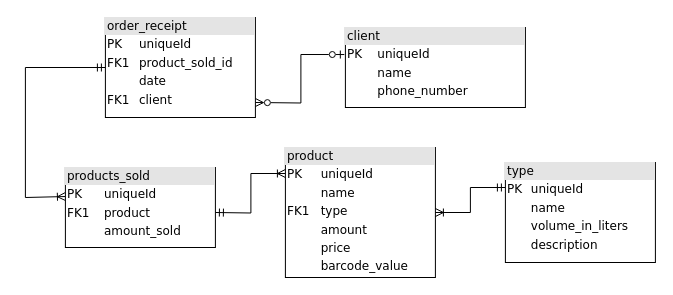
Above: 1.2-RelationDBSchema/kurhan_rel.drawio in OP-NC-EduCentre/kurhan (draw.io), before the change. Source tidied: cells renumbered, new cells numbered last; positions are measured from the earlier drawing's top-left corner, leaving out a move shared by most shapes. Both pictures are drawn from the tidied source at 100%, with x=0, y=0 at pixel (25, 17).
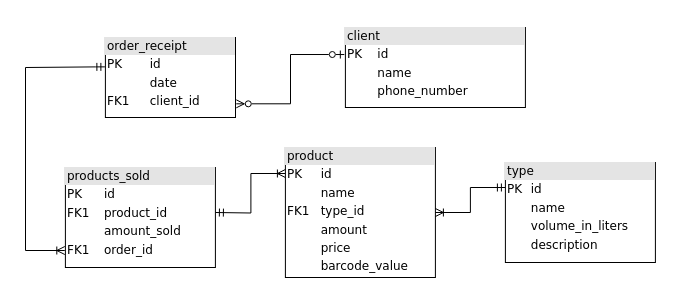
The same diagram, later.

The edit, as a diff of the source:
```diff
@@
 <mxGraphModel>
   <root>
     <mxCell id="0" />
     <mxCell id="1" parent="0" />
-    <mxCell id="2" style="edgeStyle=orthogonalEdgeStyle;rounded=0;jettySize=auto;html=1;entryX=-0.006;entryY=0.338;entryDx=0;entryDy=0;entryPerimeter=0;endArrow=ERzeroToOne;endFill=0;startArrow=ERzeroToMany;startFill=0;" parent="1" edge="1" target="5">
-      <mxGeometry relative="1" as="geometry">
-        <mxPoint x="229.9" y="85" as="sourcePoint" />
-      </mxGeometry>
+    <mxCell id="2" style="edgeStyle=orthogonalEdgeStyle;rounded=0;jettySize=auto;html=1;entryX=-0.006;entryY=0.338;entryDx=0;entryDy=0;entryPerimeter=0;endArrow=ERzeroToOne;endFill=0;startArrow=ERzeroToMany;startFill=0;exitX=1.006;exitY=0.829;exitDx=0;exitDy=0;exitPerimeter=0;" parent="1" edge="1" source="4" target="5">
+      <mxGeometry relative="1" as="geometry" />
     </mxCell>
-    <mxCell id="3" style="edgeStyle=orthogonalEdgeStyle;rounded=0;jettySize=auto;html=1;exitX=0;exitY=0.5;exitDx=0;exitDy=0;entryX=0;entryY=0.363;entryDx=0;entryDy=0;startArrow=ERmandOne;startFill=0;endArrow=ERoneToMany;endFill=0;entryPerimeter=0;" parent="1" edge="1" source="4" target="7">
+    <mxCell id="3" style="edgeStyle=orthogonalEdgeStyle;rounded=0;jettySize=auto;html=1;exitX=-0.004;exitY=0.367;exitDx=0;exitDy=0;startArrow=ERmandOne;startFill=0;endArrow=ERoneToMany;endFill=0;exitPerimeter=0;entryX=-0.004;entryY=0.83;entryDx=0;entryDy=0;entryPerimeter=0;" parent="1" edge="1" source="4" target="7">
       <mxGeometry relative="1" as="geometry">
         <Array as="points">
-          <mxPoint x="-0.1" y="50" />
-          <mxPoint x="-0.1" y="180" />
+          <mxPoint x="70" y="49" />
+          <mxPoint y="50" />
+          <mxPoint y="233" />
         </Array>
       </mxGeometry>
     </mxCell>
-    <mxCell id="4" value="&lt;div style=&quot;box-sizing: border-box ; width: 100% ; background: #e4e4e4 ; padding: 2px&quot;&gt;order_receipt&lt;/div&gt;&lt;table style=&quot;width: 100% ; font-size: 1em&quot; cellspacing=&quot;0&quot; cellpadding=&quot;2&quot;&gt;&lt;tbody&gt;&lt;tr&gt;&lt;td&gt;PK&lt;/td&gt;&lt;td&gt;uniqueId&lt;/td&gt;&lt;/tr&gt;&lt;tr&gt;&lt;td&gt;FK1&lt;/td&gt;&lt;td&gt;product_sold_id&lt;br&gt;&lt;/td&gt;&lt;/tr&gt;&lt;tr&gt;&lt;td&gt;&lt;br&gt;&lt;/td&gt;&lt;td&gt;date&lt;/td&gt;&lt;/tr&gt;&lt;tr&gt;&lt;td&gt;FK1&lt;br&gt;&lt;/td&gt;&lt;td&gt;client&lt;br&gt;&lt;/td&gt;&lt;/tr&gt;&lt;tr&gt;&lt;td&gt;&lt;br&gt;&lt;/td&gt;&lt;td&gt;&lt;br&gt;&lt;/td&gt;&lt;/tr&gt;&lt;tr&gt;&lt;td&gt;&lt;br&gt;&lt;/td&gt;&lt;td&gt;&lt;br&gt;&lt;/td&gt;&lt;/tr&gt;&lt;tr&gt;&lt;td&gt;&lt;br&gt;&lt;/td&gt;&lt;td&gt;&lt;br&gt;&lt;/td&gt;&lt;/tr&gt;&lt;tr&gt;&lt;td&gt;&lt;br&gt;&lt;/td&gt;&lt;td&gt;&lt;br&gt;&lt;/td&gt;&lt;/tr&gt;&lt;tr&gt;&lt;td&gt;&lt;br&gt;&lt;/td&gt;&lt;td&gt;&lt;br&gt;&lt;/td&gt;&lt;/tr&gt;&lt;tr&gt;&lt;td&gt;&lt;br&gt;&lt;/td&gt;&lt;td&gt;&lt;br&gt;&lt;/td&gt;&lt;/tr&gt;&lt;/tbody&gt;&lt;/table&gt;" style="verticalAlign=top;align=left;overflow=fill;html=1;rounded=0;shadow=0;comic=0;labelBackgroundColor=none;strokeWidth=1;fontFamily=Verdana;fontSize=12;" parent="1" vertex="1">
-      <mxGeometry x="79.9" width="150" height="100" as="geometry" />
+    <mxCell id="4" value="&lt;div style=&quot;box-sizing: border-box ; width: 100% ; background: #e4e4e4 ; padding: 2px&quot;&gt;order_receipt&lt;/div&gt;&lt;table style=&quot;width: 100% ; font-size: 1em&quot; cellspacing=&quot;0&quot; cellpadding=&quot;2&quot;&gt;&lt;tbody&gt;&lt;tr&gt;&lt;td&gt;PK&lt;/td&gt;&lt;td&gt;id&lt;/td&gt;&lt;/tr&gt;&lt;tr&gt;&lt;td&gt;&lt;br&gt;&lt;/td&gt;&lt;td&gt;date&lt;/td&gt;&lt;/tr&gt;&lt;tr&gt;&lt;td&gt;FK1&lt;/td&gt;&lt;td&gt;client_id&lt;/td&gt;&lt;/tr&gt;&lt;tr&gt;&lt;td&gt;&lt;br&gt;&lt;/td&gt;&lt;td&gt;&lt;br&gt;&lt;/td&gt;&lt;/tr&gt;&lt;tr&gt;&lt;td&gt;&lt;br&gt;&lt;/td&gt;&lt;td&gt;&lt;br&gt;&lt;/td&gt;&lt;/tr&gt;&lt;tr&gt;&lt;td&gt;&lt;br&gt;&lt;/td&gt;&lt;td&gt;&lt;br&gt;&lt;/td&gt;&lt;/tr&gt;&lt;tr&gt;&lt;td&gt;&lt;br&gt;&lt;/td&gt;&lt;td&gt;&lt;br&gt;&lt;/td&gt;&lt;/tr&gt;&lt;tr&gt;&lt;td&gt;&lt;br&gt;&lt;/td&gt;&lt;td&gt;&lt;br&gt;&lt;/td&gt;&lt;/tr&gt;&lt;tr&gt;&lt;td&gt;&lt;br&gt;&lt;/td&gt;&lt;td&gt;&lt;br&gt;&lt;/td&gt;&lt;/tr&gt;&lt;tr&gt;&lt;td&gt;&lt;br&gt;&lt;/td&gt;&lt;td&gt;&lt;br&gt;&lt;/td&gt;&lt;/tr&gt;&lt;/tbody&gt;&lt;/table&gt;" style="verticalAlign=top;align=left;overflow=fill;html=1;rounded=0;shadow=0;comic=0;labelBackgroundColor=none;strokeWidth=1;fontFamily=Verdana;fontSize=12;" parent="1" vertex="1">
+      <mxGeometry x="79.9" y="20" width="130.1" height="80" as="geometry" />
     </mxCell>
-    <mxCell id="5" value="&lt;div style=&quot;box-sizing: border-box ; width: 100% ; background: #e4e4e4 ; padding: 2px&quot;&gt;client&lt;/div&gt;&lt;table style=&quot;width: 100% ; font-size: 1em&quot; cellspacing=&quot;0&quot; cellpadding=&quot;2&quot;&gt;&lt;tbody&gt;&lt;tr&gt;&lt;td&gt;PK&lt;/td&gt;&lt;td&gt;uniqueId&lt;/td&gt;&lt;/tr&gt;&lt;tr&gt;&lt;td&gt;&lt;br&gt;&lt;/td&gt;&lt;td&gt;name&lt;br&gt;&lt;/td&gt;&lt;/tr&gt;&lt;tr&gt;&lt;td&gt;&lt;br&gt;&lt;/td&gt;&lt;td&gt;phone_number&lt;br&gt;&lt;/td&gt;&lt;/tr&gt;&lt;tr&gt;&lt;td&gt;&lt;br&gt;&lt;/td&gt;&lt;td&gt;&lt;br&gt;&lt;/td&gt;&lt;/tr&gt;&lt;tr&gt;&lt;td&gt;&lt;br&gt;&lt;/td&gt;&lt;td&gt;&lt;br&gt;&lt;/td&gt;&lt;/tr&gt;&lt;tr&gt;&lt;td&gt;&lt;br&gt;&lt;/td&gt;&lt;td&gt;&lt;br&gt;&lt;/td&gt;&lt;/tr&gt;&lt;tr&gt;&lt;td&gt;&lt;br&gt;&lt;/td&gt;&lt;td&gt;&lt;br&gt;&lt;/td&gt;&lt;/tr&gt;&lt;tr&gt;&lt;td&gt;&lt;br&gt;&lt;/td&gt;&lt;td&gt;&lt;br&gt;&lt;/td&gt;&lt;/tr&gt;&lt;tr&gt;&lt;td&gt;&lt;br&gt;&lt;/td&gt;&lt;td&gt;&lt;br&gt;&lt;/td&gt;&lt;/tr&gt;&lt;tr&gt;&lt;td&gt;&lt;br&gt;&lt;/td&gt;&lt;td&gt;&lt;br&gt;&lt;/td&gt;&lt;/tr&gt;&lt;/tbody&gt;&lt;/table&gt;" style="verticalAlign=top;align=left;overflow=fill;html=1;rounded=0;shadow=0;comic=0;labelBackgroundColor=none;strokeWidth=1;fontFamily=Verdana;fontSize=12;" parent="1" vertex="1">
+    <mxCell id="5" value="&lt;div style=&quot;box-sizing: border-box ; width: 100% ; background: #e4e4e4 ; padding: 2px&quot;&gt;client&lt;/div&gt;&lt;table style=&quot;width: 100% ; font-size: 1em&quot; cellspacing=&quot;0&quot; cellpadding=&quot;2&quot;&gt;&lt;tbody&gt;&lt;tr&gt;&lt;td&gt;PK&lt;/td&gt;&lt;td&gt;id&lt;/td&gt;&lt;/tr&gt;&lt;tr&gt;&lt;td&gt;&lt;br&gt;&lt;/td&gt;&lt;td&gt;name&lt;br&gt;&lt;/td&gt;&lt;/tr&gt;&lt;tr&gt;&lt;td&gt;&lt;br&gt;&lt;/td&gt;&lt;td&gt;phone_number&lt;br&gt;&lt;/td&gt;&lt;/tr&gt;&lt;tr&gt;&lt;td&gt;&lt;br&gt;&lt;/td&gt;&lt;td&gt;&lt;br&gt;&lt;/td&gt;&lt;/tr&gt;&lt;tr&gt;&lt;td&gt;&lt;br&gt;&lt;/td&gt;&lt;td&gt;&lt;br&gt;&lt;/td&gt;&lt;/tr&gt;&lt;tr&gt;&lt;td&gt;&lt;br&gt;&lt;/td&gt;&lt;td&gt;&lt;br&gt;&lt;/td&gt;&lt;/tr&gt;&lt;tr&gt;&lt;td&gt;&lt;br&gt;&lt;/td&gt;&lt;td&gt;&lt;br&gt;&lt;/td&gt;&lt;/tr&gt;&lt;tr&gt;&lt;td&gt;&lt;br&gt;&lt;/td&gt;&lt;td&gt;&lt;br&gt;&lt;/td&gt;&lt;/tr&gt;&lt;tr&gt;&lt;td&gt;&lt;br&gt;&lt;/td&gt;&lt;td&gt;&lt;br&gt;&lt;/td&gt;&lt;/tr&gt;&lt;tr&gt;&lt;td&gt;&lt;br&gt;&lt;/td&gt;&lt;td&gt;&lt;br&gt;&lt;/td&gt;&lt;/tr&gt;&lt;/tbody&gt;&lt;/table&gt;" style="verticalAlign=top;align=left;overflow=fill;html=1;rounded=0;shadow=0;comic=0;labelBackgroundColor=none;strokeWidth=1;fontFamily=Verdana;fontSize=12;" parent="1" vertex="1">
       <mxGeometry x="319.9" y="10" width="180" height="80" as="geometry" />
     </mxCell>
     <mxCell id="6" style="edgeStyle=orthogonalEdgeStyle;rounded=0;jettySize=auto;html=1;entryX=0;entryY=0.2;entryDx=0;entryDy=0;entryPerimeter=0;startArrow=ERmandOne;startFill=0;endArrow=ERoneToMany;endFill=0;exitX=0;exitY=0.2;exitDx=0;exitDy=0;exitPerimeter=0;" parent="1" edge="1" target="8">
       <mxGeometry relative="1" as="geometry">
         <mxPoint x="189.9" y="195" as="sourcePoint" />
       </mxGeometry>
     </mxCell>
-    <mxCell id="7" value="&lt;div style=&quot;box-sizing: border-box ; width: 100% ; background: #e4e4e4 ; padding: 2px&quot;&gt;products_sold&lt;/div&gt;&lt;table style=&quot;width: 100% ; font-size: 1em&quot; cellspacing=&quot;0&quot; cellpadding=&quot;2&quot;&gt;&lt;tbody&gt;&lt;tr&gt;&lt;td&gt;PK&lt;/td&gt;&lt;td&gt;uniqueId&lt;/td&gt;&lt;/tr&gt;&lt;tr&gt;&lt;td&gt;FK1&lt;/td&gt;&lt;td&gt;product&lt;/td&gt;&lt;/tr&gt;&lt;tr&gt;&lt;td&gt;&lt;br&gt;&lt;/td&gt;&lt;td&gt;amount_sold&lt;br&gt;&lt;/td&gt;&lt;/tr&gt;&lt;tr&gt;&lt;td&gt;&lt;br&gt;&lt;/td&gt;&lt;td&gt;&lt;br&gt;&lt;/td&gt;&lt;/tr&gt;&lt;tr&gt;&lt;td&gt;&lt;br&gt;&lt;/td&gt;&lt;td&gt;&lt;br&gt;&lt;/td&gt;&lt;/tr&gt;&lt;tr&gt;&lt;td&gt;&lt;br&gt;&lt;/td&gt;&lt;td&gt;&lt;br&gt;&lt;/td&gt;&lt;/tr&gt;&lt;tr&gt;&lt;td&gt;&lt;br&gt;&lt;/td&gt;&lt;td&gt;&lt;br&gt;&lt;/td&gt;&lt;/tr&gt;&lt;tr&gt;&lt;td&gt;&lt;br&gt;&lt;/td&gt;&lt;td&gt;&lt;br&gt;&lt;/td&gt;&lt;/tr&gt;&lt;tr&gt;&lt;td&gt;&lt;br&gt;&lt;/td&gt;&lt;td&gt;&lt;br&gt;&lt;/td&gt;&lt;/tr&gt;&lt;tr&gt;&lt;td&gt;&lt;br&gt;&lt;/td&gt;&lt;td&gt;&lt;br&gt;&lt;/td&gt;&lt;/tr&gt;&lt;/tbody&gt;&lt;/table&gt;" style="verticalAlign=top;align=left;overflow=fill;html=1;rounded=0;shadow=0;comic=0;labelBackgroundColor=none;strokeWidth=1;fontFamily=Verdana;fontSize=12;" parent="1" vertex="1">
-      <mxGeometry x="39.9" y="150" width="150" height="80" as="geometry" />
+    <mxCell id="7" value="&lt;div style=&quot;box-sizing: border-box ; width: 100% ; background: #e4e4e4 ; padding: 2px&quot;&gt;products_sold&lt;/div&gt;&lt;table style=&quot;width: 100% ; font-size: 1em&quot; cellspacing=&quot;0&quot; cellpadding=&quot;2&quot;&gt;&lt;tbody&gt;&lt;tr&gt;&lt;td&gt;PK&lt;/td&gt;&lt;td&gt;id&lt;/td&gt;&lt;/tr&gt;&lt;tr&gt;&lt;td&gt;FK1&lt;/td&gt;&lt;td&gt;product_id&lt;/td&gt;&lt;/tr&gt;&lt;tr&gt;&lt;td&gt;&lt;br&gt;&lt;/td&gt;&lt;td&gt;amount_sold&lt;br&gt;&lt;/td&gt;&lt;/tr&gt;&lt;tr&gt;&lt;td&gt;FK1&lt;/td&gt;&lt;td&gt;order_id&lt;br&gt;&lt;/td&gt;&lt;/tr&gt;&lt;tr&gt;&lt;td&gt;&lt;br&gt;&lt;/td&gt;&lt;td&gt;&lt;br&gt;&lt;/td&gt;&lt;/tr&gt;&lt;tr&gt;&lt;td&gt;&lt;br&gt;&lt;/td&gt;&lt;td&gt;&lt;br&gt;&lt;/td&gt;&lt;/tr&gt;&lt;tr&gt;&lt;td&gt;&lt;br&gt;&lt;/td&gt;&lt;td&gt;&lt;br&gt;&lt;/td&gt;&lt;/tr&gt;&lt;tr&gt;&lt;td&gt;&lt;br&gt;&lt;/td&gt;&lt;td&gt;&lt;br&gt;&lt;/td&gt;&lt;/tr&gt;&lt;tr&gt;&lt;td&gt;&lt;br&gt;&lt;/td&gt;&lt;td&gt;&lt;br&gt;&lt;/td&gt;&lt;/tr&gt;&lt;tr&gt;&lt;td&gt;&lt;br&gt;&lt;/td&gt;&lt;td&gt;&lt;br&gt;&lt;/td&gt;&lt;/tr&gt;&lt;/tbody&gt;&lt;/table&gt;" style="verticalAlign=top;align=left;overflow=fill;html=1;rounded=0;shadow=0;comic=0;labelBackgroundColor=none;strokeWidth=1;fontFamily=Verdana;fontSize=12;" parent="1" vertex="1">
+      <mxGeometry x="39.9" y="150" width="150" height="100" as="geometry" />
     </mxCell>
-    <mxCell id="8" value="&lt;div style=&quot;box-sizing: border-box ; width: 100% ; background: #e4e4e4 ; padding: 2px&quot;&gt;product&lt;br&gt;&lt;/div&gt;&lt;table style=&quot;width: 100% ; font-size: 1em&quot; cellspacing=&quot;0&quot; cellpadding=&quot;2&quot;&gt;&lt;tbody&gt;&lt;tr&gt;&lt;td&gt;PK&lt;/td&gt;&lt;td&gt;uniqueId&lt;/td&gt;&lt;/tr&gt;&lt;tr&gt;&lt;td&gt;&lt;br&gt;&lt;/td&gt;&lt;td&gt;name&lt;br&gt;&lt;/td&gt;&lt;/tr&gt;&lt;tr&gt;&lt;td&gt;FK1&lt;br&gt;&lt;/td&gt;&lt;td&gt;type&lt;br&gt;&lt;/td&gt;&lt;/tr&gt;&lt;tr&gt;&lt;td&gt;&lt;br&gt;&lt;/td&gt;&lt;td&gt;amount&lt;br&gt;&lt;/td&gt;&lt;/tr&gt;&lt;tr&gt;&lt;td&gt;&lt;br&gt;&lt;/td&gt;&lt;td&gt;price&lt;br&gt;&lt;/td&gt;&lt;/tr&gt;&lt;tr&gt;&lt;td&gt;&lt;br&gt;&lt;/td&gt;&lt;td&gt;barcode_value&lt;br&gt;&lt;/td&gt;&lt;/tr&gt;&lt;tr&gt;&lt;td&gt;&lt;br&gt;&lt;/td&gt;&lt;td&gt;&lt;br&gt;&lt;/td&gt;&lt;/tr&gt;&lt;tr&gt;&lt;td&gt;&lt;br&gt;&lt;/td&gt;&lt;td&gt;&lt;br&gt;&lt;/td&gt;&lt;/tr&gt;&lt;tr&gt;&lt;td&gt;&lt;br&gt;&lt;/td&gt;&lt;td&gt;&lt;br&gt;&lt;/td&gt;&lt;/tr&gt;&lt;tr&gt;&lt;td&gt;&lt;br&gt;&lt;/td&gt;&lt;td&gt;&lt;br&gt;&lt;/td&gt;&lt;/tr&gt;&lt;/tbody&gt;&lt;/table&gt;" style="verticalAlign=top;align=left;overflow=fill;html=1;rounded=0;shadow=0;comic=0;labelBackgroundColor=none;strokeWidth=1;fontFamily=Verdana;fontSize=12;" parent="1" vertex="1">
+    <mxCell id="8" value="&lt;div style=&quot;box-sizing: border-box ; width: 100% ; background: #e4e4e4 ; padding: 2px&quot;&gt;product&lt;br&gt;&lt;/div&gt;&lt;table style=&quot;width: 100% ; font-size: 1em&quot; cellspacing=&quot;0&quot; cellpadding=&quot;2&quot;&gt;&lt;tbody&gt;&lt;tr&gt;&lt;td&gt;PK&lt;/td&gt;&lt;td&gt;id&lt;/td&gt;&lt;/tr&gt;&lt;tr&gt;&lt;td&gt;&lt;br&gt;&lt;/td&gt;&lt;td&gt;name&lt;br&gt;&lt;/td&gt;&lt;/tr&gt;&lt;tr&gt;&lt;td&gt;FK1&lt;br&gt;&lt;/td&gt;&lt;td&gt;type_id&lt;br&gt;&lt;/td&gt;&lt;/tr&gt;&lt;tr&gt;&lt;td&gt;&lt;br&gt;&lt;/td&gt;&lt;td&gt;amount&lt;br&gt;&lt;/td&gt;&lt;/tr&gt;&lt;tr&gt;&lt;td&gt;&lt;br&gt;&lt;/td&gt;&lt;td&gt;price&lt;br&gt;&lt;/td&gt;&lt;/tr&gt;&lt;tr&gt;&lt;td&gt;&lt;br&gt;&lt;/td&gt;&lt;td&gt;barcode_value&lt;br&gt;&lt;/td&gt;&lt;/tr&gt;&lt;tr&gt;&lt;td&gt;&lt;br&gt;&lt;/td&gt;&lt;td&gt;&lt;br&gt;&lt;/td&gt;&lt;/tr&gt;&lt;tr&gt;&lt;td&gt;&lt;br&gt;&lt;/td&gt;&lt;td&gt;&lt;br&gt;&lt;/td&gt;&lt;/tr&gt;&lt;tr&gt;&lt;td&gt;&lt;br&gt;&lt;/td&gt;&lt;td&gt;&lt;br&gt;&lt;/td&gt;&lt;/tr&gt;&lt;tr&gt;&lt;td&gt;&lt;br&gt;&lt;/td&gt;&lt;td&gt;&lt;br&gt;&lt;/td&gt;&lt;/tr&gt;&lt;/tbody&gt;&lt;/table&gt;" style="verticalAlign=top;align=left;overflow=fill;html=1;rounded=0;shadow=0;comic=0;labelBackgroundColor=none;strokeWidth=1;fontFamily=Verdana;fontSize=12;" parent="1" vertex="1">
       <mxGeometry x="259.9" y="130" width="150" height="130" as="geometry" />
     </mxCell>
     <mxCell id="9" style="edgeStyle=orthogonalEdgeStyle;rounded=0;jettySize=auto;html=1;exitX=0;exitY=0.25;exitDx=0;exitDy=0;entryX=1;entryY=0.5;entryDx=0;entryDy=0;startArrow=ERmandOne;startFill=0;endArrow=ERoneToMany;endFill=0;" parent="1" edge="1" source="10" target="8">
       <mxGeometry relative="1" as="geometry" />
     </mxCell>
-    <mxCell id="10" value="&lt;div style=&quot;box-sizing: border-box ; width: 100% ; background: #e4e4e4 ; padding: 2px&quot;&gt;type&lt;br&gt;&lt;/div&gt;&lt;table style=&quot;width: 100% ; font-size: 1em&quot; cellspacing=&quot;0&quot; cellpadding=&quot;2&quot;&gt;&lt;tbody&gt;&lt;tr&gt;&lt;td&gt;PK&lt;/td&gt;&lt;td&gt;uniqueId&lt;/td&gt;&lt;/tr&gt;&lt;tr&gt;&lt;td&gt;&lt;br&gt;&lt;/td&gt;&lt;td&gt;name&lt;br&gt;&lt;/td&gt;&lt;/tr&gt;&lt;tr&gt;&lt;td&gt;&lt;br&gt;&lt;/td&gt;&lt;td&gt;volume_in_liters&lt;br&gt;&lt;/td&gt;&lt;/tr&gt;&lt;tr&gt;&lt;td&gt;&lt;br&gt;&lt;/td&gt;&lt;td&gt;description&lt;br&gt;&lt;/td&gt;&lt;/tr&gt;&lt;tr&gt;&lt;td&gt;&lt;br&gt;&lt;/td&gt;&lt;td&gt;&lt;br&gt;&lt;/td&gt;&lt;/tr&gt;&lt;tr&gt;&lt;td&gt;&lt;br&gt;&lt;/td&gt;&lt;td&gt;&lt;br&gt;&lt;/td&gt;&lt;/tr&gt;&lt;tr&gt;&lt;td&gt;&lt;br&gt;&lt;/td&gt;&lt;td&gt;&lt;br&gt;&lt;/td&gt;&lt;/tr&gt;&lt;tr&gt;&lt;td&gt;&lt;br&gt;&lt;/td&gt;&lt;td&gt;&lt;br&gt;&lt;/td&gt;&lt;/tr&gt;&lt;tr&gt;&lt;td&gt;&lt;br&gt;&lt;/td&gt;&lt;td&gt;&lt;br&gt;&lt;/td&gt;&lt;/tr&gt;&lt;tr&gt;&lt;td&gt;&lt;br&gt;&lt;/td&gt;&lt;td&gt;&lt;br&gt;&lt;/td&gt;&lt;/tr&gt;&lt;/tbody&gt;&lt;/table&gt;" style="verticalAlign=top;align=left;overflow=fill;html=1;rounded=0;shadow=0;comic=0;labelBackgroundColor=none;strokeWidth=1;fontFamily=Verdana;fontSize=12;" parent="1" vertex="1">
+    <mxCell id="10" value="&lt;div style=&quot;box-sizing: border-box ; width: 100% ; background: #e4e4e4 ; padding: 2px&quot;&gt;type&lt;br&gt;&lt;/div&gt;&lt;table style=&quot;width: 100% ; font-size: 1em&quot; cellspacing=&quot;0&quot; cellpadding=&quot;2&quot;&gt;&lt;tbody&gt;&lt;tr&gt;&lt;td&gt;PK&lt;/td&gt;&lt;td&gt;id&lt;/td&gt;&lt;/tr&gt;&lt;tr&gt;&lt;td&gt;&lt;br&gt;&lt;/td&gt;&lt;td&gt;name&lt;br&gt;&lt;/td&gt;&lt;/tr&gt;&lt;tr&gt;&lt;td&gt;&lt;br&gt;&lt;/td&gt;&lt;td&gt;volume_in_liters&lt;br&gt;&lt;/td&gt;&lt;/tr&gt;&lt;tr&gt;&lt;td&gt;&lt;br&gt;&lt;/td&gt;&lt;td&gt;description&lt;br&gt;&lt;/td&gt;&lt;/tr&gt;&lt;tr&gt;&lt;td&gt;&lt;br&gt;&lt;/td&gt;&lt;td&gt;&lt;br&gt;&lt;/td&gt;&lt;/tr&gt;&lt;tr&gt;&lt;td&gt;&lt;br&gt;&lt;/td&gt;&lt;td&gt;&lt;br&gt;&lt;/td&gt;&lt;/tr&gt;&lt;tr&gt;&lt;td&gt;&lt;br&gt;&lt;/td&gt;&lt;td&gt;&lt;br&gt;&lt;/td&gt;&lt;/tr&gt;&lt;tr&gt;&lt;td&gt;&lt;br&gt;&lt;/td&gt;&lt;td&gt;&lt;br&gt;&lt;/td&gt;&lt;/tr&gt;&lt;tr&gt;&lt;td&gt;&lt;br&gt;&lt;/td&gt;&lt;td&gt;&lt;br&gt;&lt;/td&gt;&lt;/tr&gt;&lt;tr&gt;&lt;td&gt;&lt;br&gt;&lt;/td&gt;&lt;td&gt;&lt;br&gt;&lt;/td&gt;&lt;/tr&gt;&lt;/tbody&gt;&lt;/table&gt;" style="verticalAlign=top;align=left;overflow=fill;html=1;rounded=0;shadow=0;comic=0;labelBackgroundColor=none;strokeWidth=1;fontFamily=Verdana;fontSize=12;" parent="1" vertex="1">
       <mxGeometry x="479.9" y="145" width="150" height="100" as="geometry" />
     </mxCell>
   </root>
 </mxGraphModel>
```
